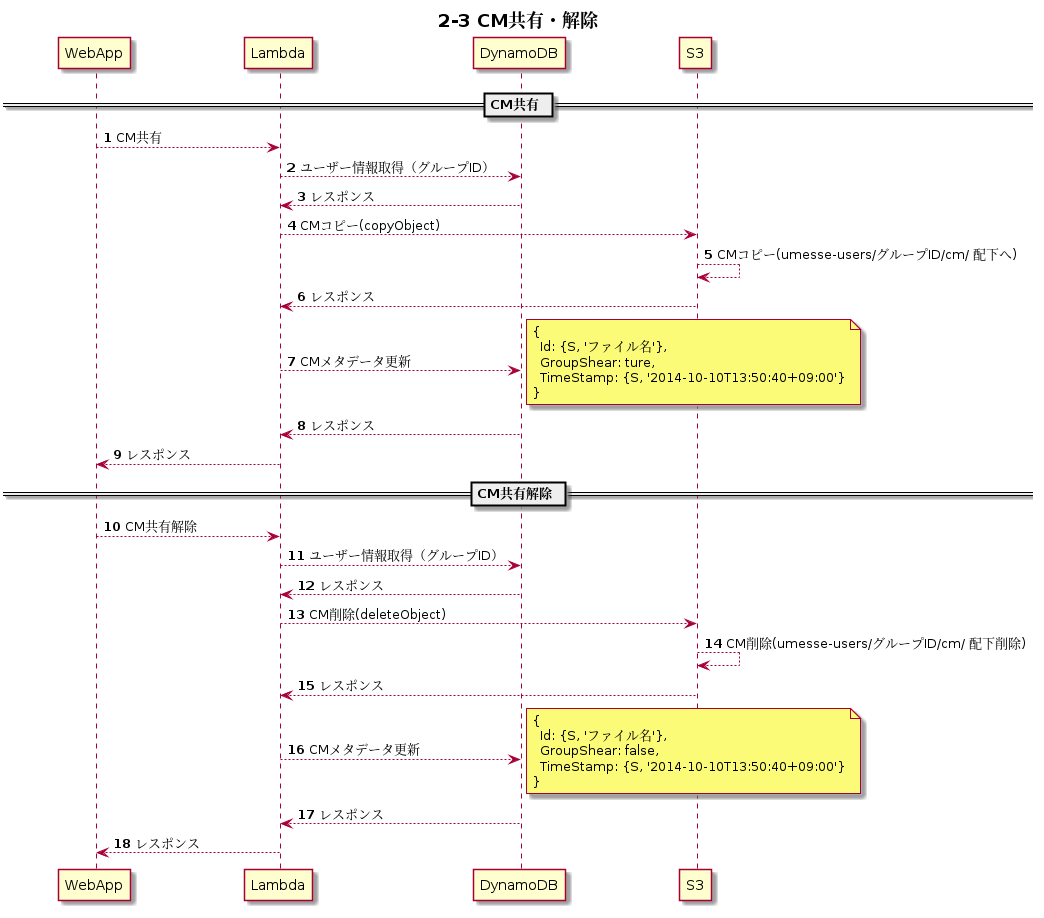
The PlantUML diagram documents/uml/s2-3.png in y-watanabe-usen/umesse-test, before a commit. The source it was exported from:
```plantuml
@startuml s2-3

participant WebApp order 1
participant Lambda order 2
participant DynamoDB order 3
participant S3 order 4
skinparam ParticipantPadding 50
autonumber

title ** 2-3 CM共有・解除 **

== CM共有 ==
WebApp --> Lambda: CM共有
Lambda --> DynamoDB: ユーザー情報取得（グループID）
Lambda <-- DynamoDB: レスポンス
Lambda --> S3: CMコピー(copyObject)
S3 --> S3: CMコピー(umesse-users/グループID/cm/ 配下へ)
Lambda <-- S3: レスポンス
Lambda --> DynamoDB: CMメタデータ更新
note right
{
  Id: {S, 'ファイル名'},
  GroupShear: ture,
  TimeStamp: {S, '2014-10-10T13:50:40+09:00'}
}
end note
Lambda <-- DynamoDB: レスポンス
WebApp <-- Lambda: レスポンス

== CM共有解除 ==
WebApp --> Lambda: CM共有解除
Lambda --> DynamoDB: ユーザー情報取得（グループID）
Lambda <-- DynamoDB: レスポンス
Lambda --> S3: CM削除(deleteObject)
S3 --> S3: CM削除(umesse-users/グループID/cm/ 配下削除)
Lambda <-- S3: レスポンス
Lambda --> DynamoDB: CMメタデータ更新
note right
{
  Id: {S, 'ファイル名'},
  GroupShear: false,
  TimeStamp: {S, '2014-10-10T13:50:40+09:00'}
}
end note
Lambda <-- DynamoDB: レスポンス
WebApp <-- Lambda: レスポンス

@enduml
```
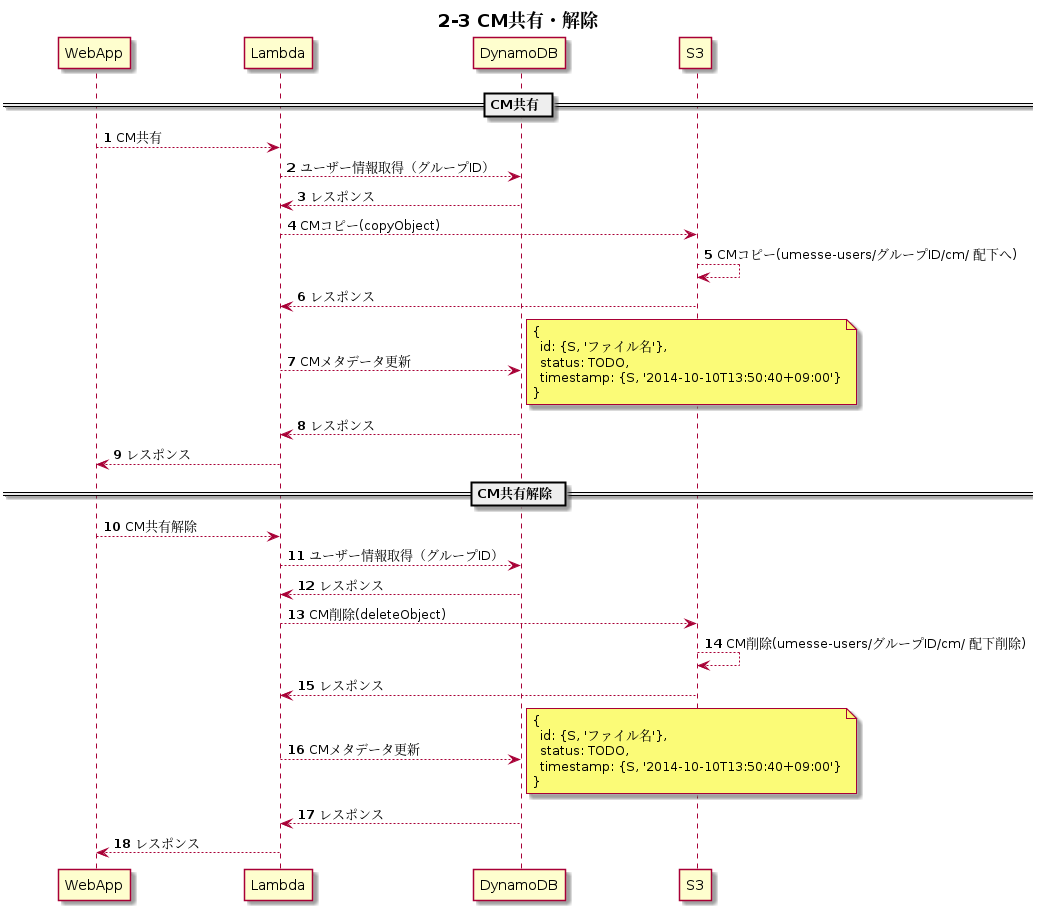
After the commit.

The edit, as a diff of the source:
```diff
@@ -19,9 +19,9 @@
 Lambda --> DynamoDB: CMメタデータ更新
 note right
 {
-  Id: {S, 'ファイル名'},
-  GroupShear: ture,
-  TimeStamp: {S, '2014-10-10T13:50:40+09:00'}
+  id: {S, 'ファイル名'},
+  status: TODO,
+  timestamp: {S, '2014-10-10T13:50:40+09:00'}
 }
 end note
 Lambda <-- DynamoDB: レスポンス
@@ -37,9 +37,9 @@
 Lambda --> DynamoDB: CMメタデータ更新
 note right
 {
-  Id: {S, 'ファイル名'},
-  GroupShear: false,
-  TimeStamp: {S, '2014-10-10T13:50:40+09:00'}
+  id: {S, 'ファイル名'},
+  status: TODO,
+  timestamp: {S, '2014-10-10T13:50:40+09:00'}
 }
 end note
 Lambda <-- DynamoDB: レスポンス
```
